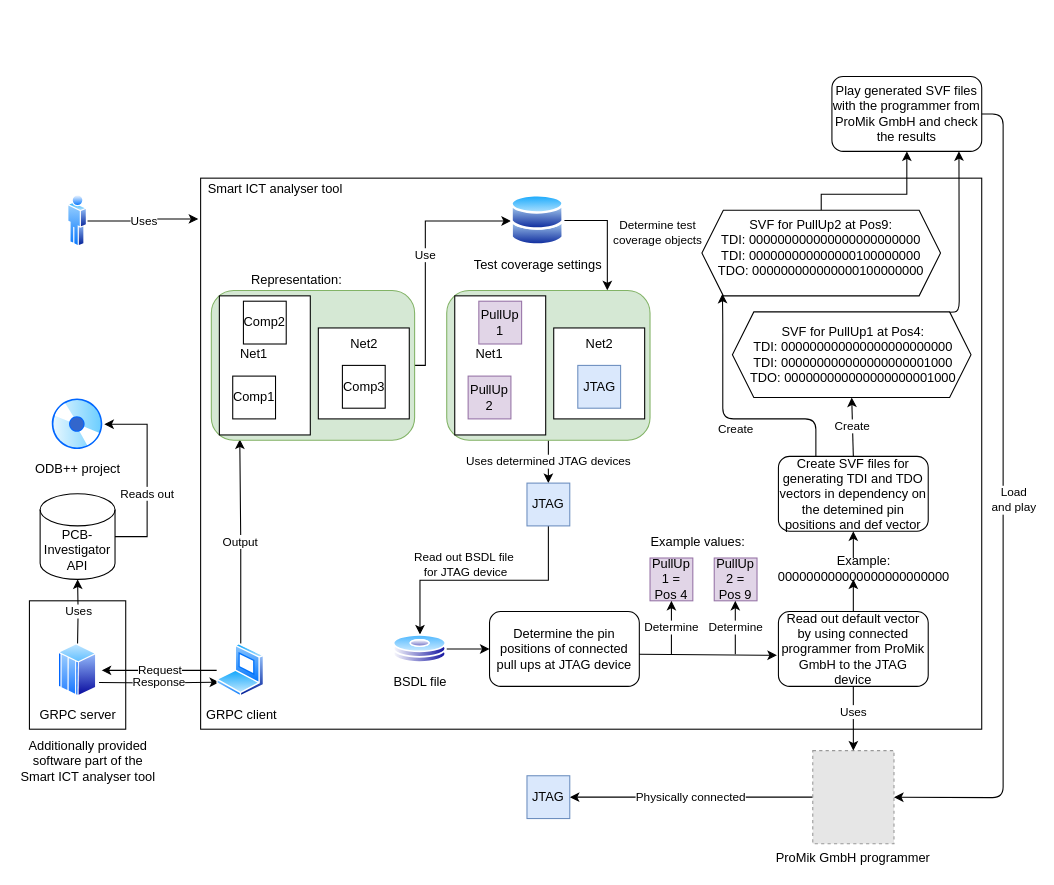
Before: Master Thesis/drawios/poster.drawio in Razvanmatis/SmartIctAnalyzer, a draw.io diagram. Source tidied: cells renumbered, new cells numbered last; positions are measured from the earlier drawing's top-left corner, leaving out a move shared by most shapes. Both pictures are drawn from the tidied source at 107%, with x=0, y=0 at pixel (18, 76). Pictures stored in the file or linked from it are replaced by grey dashed boxes.
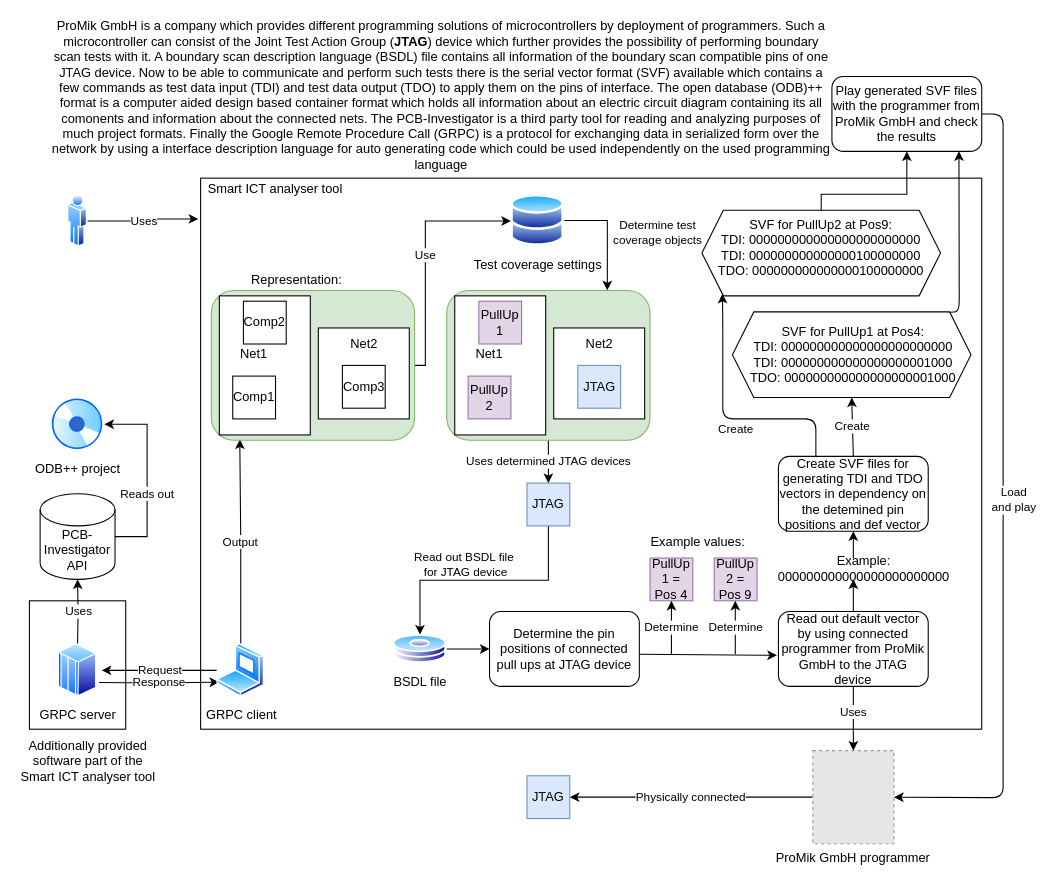
Above is the later version.

Commit message (it also covers changes not shown here):
added text within poster

Change to the diagram source:
```diff
@@
+    <mxCell id="68" value="ProMik GmbH is a company which provides different programming solutions of microcontrollers by deployment of programmers. Such a microcontroller can consist of the&amp;nbsp;&lt;span class=&quot;ILfuVd&quot;&gt;Joint Test Action Group (&lt;b&gt;JTAG&lt;/b&gt;) device which further provides the possibility of performing boundary scan tests with it. A boundary scan description language (BSDL) file contains all information of the boundary scan compatible pins of one JTAG device. Now to be able to communicate and perform such tests there is the serial vector format (SVF) available which contains a few commands as test data input (TDI) and test data output (TDO) to apply them on the pins of interface. The open database (ODB)++ format is a computer aided design based container format which holds all information about an electric circuit diagram containing its all comonents and information about the connected nets. The PCB-Investigator is a third party tool for reading and analyzing purposes of much project formats. Finally the Google&amp;nbsp;&lt;/span&gt;&lt;span class=&quot;aCOpRe&quot;&gt;Remote Procedure Call (GRPC) is a protocol for exchanging data in serialized form over the network by using a interface description language for auto generating code which could be used independently on the used programming language&lt;/span&gt;&lt;br&gt;&amp;nbsp;" style="text;html=1;strokeColor=none;fillColor=none;align=center;verticalAlign=middle;whiteSpace=wrap;rounded=0;" parent="1" vertex="1">
+      <mxGeometry x="30" y="-45" width="730" height="140" as="geometry" />
+    </mxCell>
```
